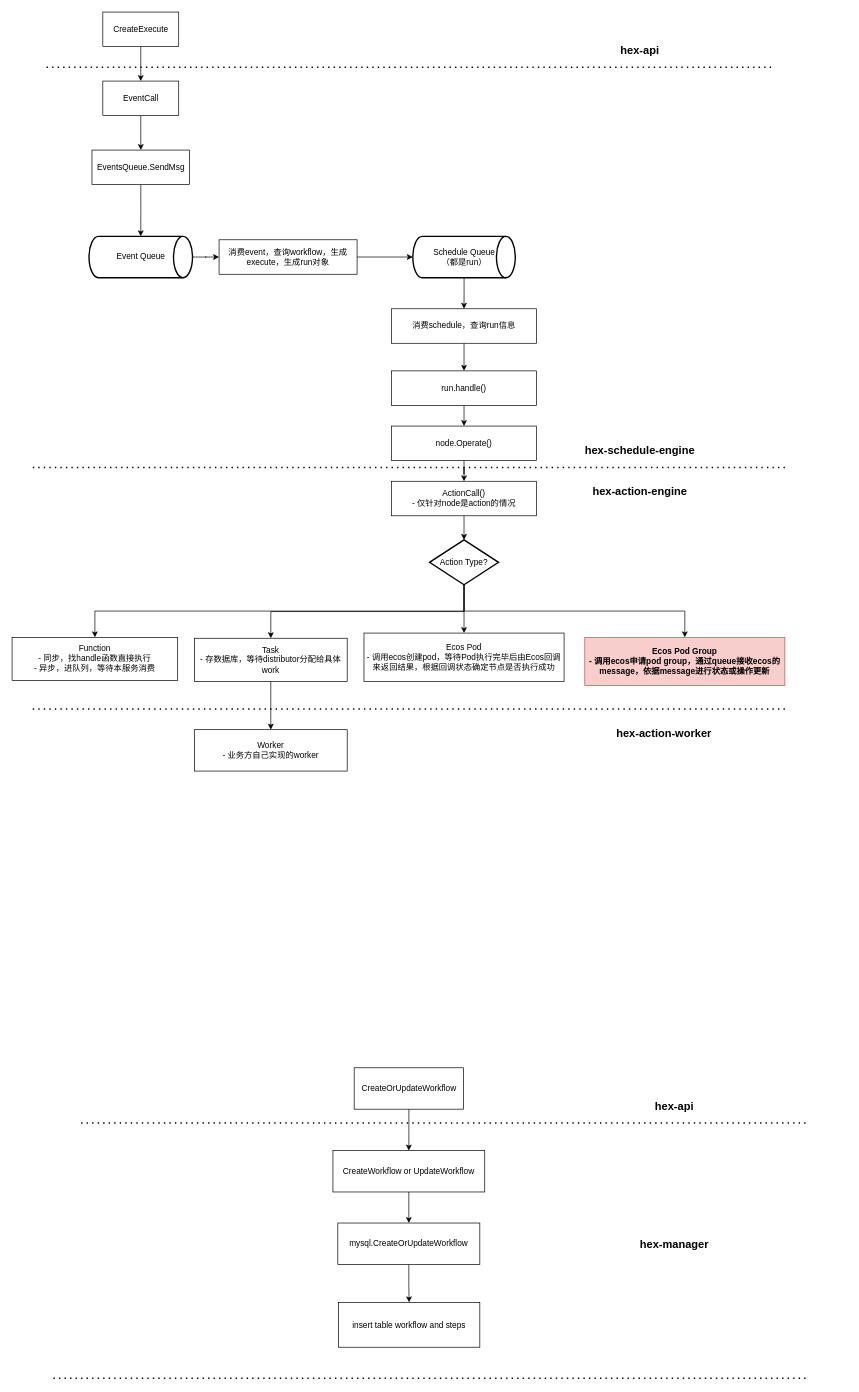
This is page "hex 流程图" (6 of 6) of drawio/TuSimple.drawio from a244591052/Skill-Learning, a draw.io file, before an edit. Source tidied: cells renumbered, new cells numbered last; positions are measured from the earlier drawing's top-left corner, leaving out a move shared by most shapes. Both pictures are drawn from the tidied source at 69%, with x=0, y=0 at pixel (12, 12).
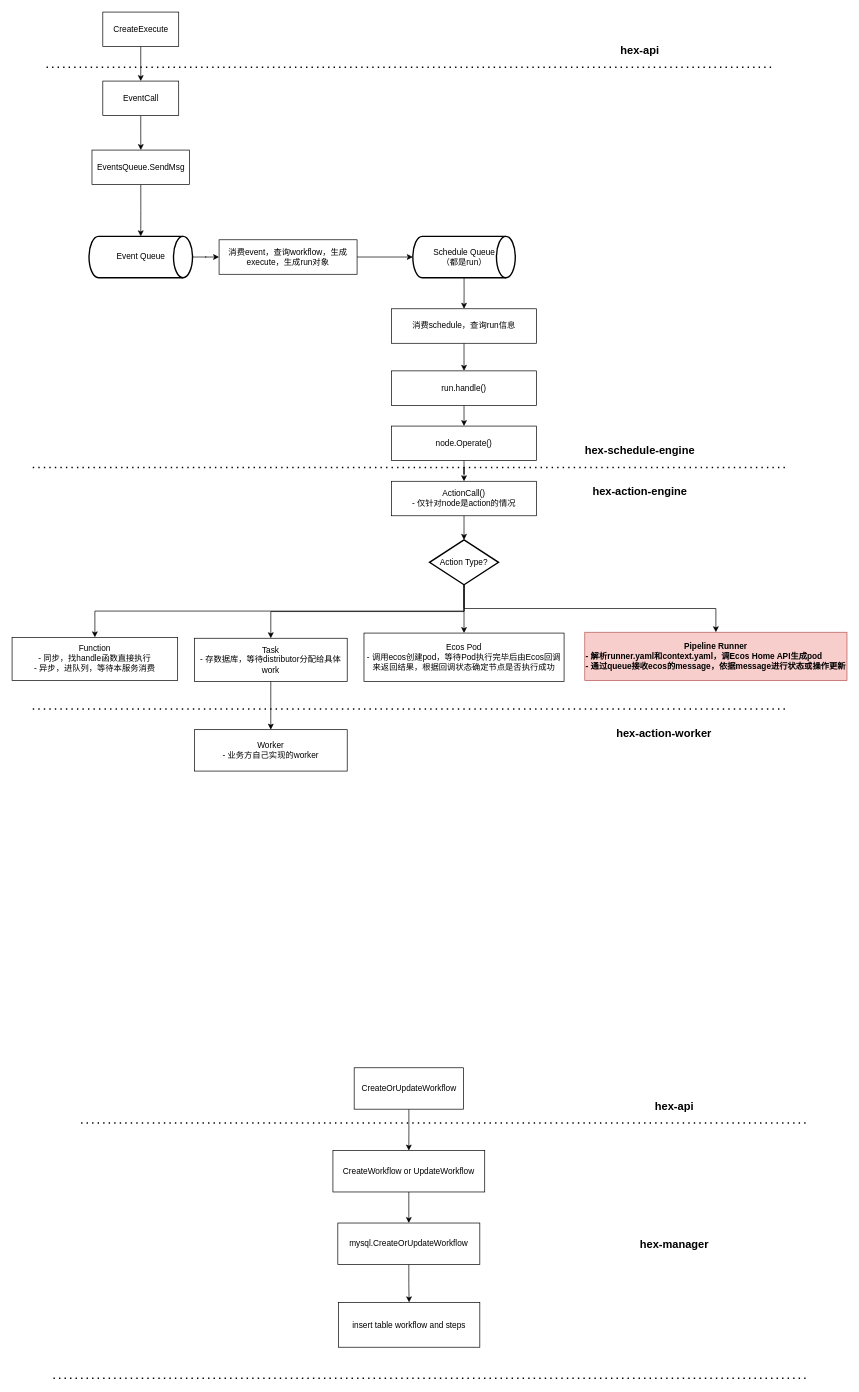
After the change.

The change refers to these unchanged cells:
```xml
<mxCell id="35" value="Action Type?" style="strokeWidth=2;html=1;shape=mxgraph.flowchart.decision;whiteSpace=wrap;" parent="1" vertex="1">
  <mxGeometry x="605" y="765" width="100" height="65" as="geometry" />
</mxCell>
```

Change to the diagram source:
```diff
@@
-    <mxCell id="34" style="edgeStyle=orthogonalEdgeStyle;rounded=0;jettySize=auto;html=1;exitX=0.5;exitY=1;exitDx=0;exitDy=0;exitPerimeter=0;" parent="1" edge="1" source="35" target="36">
+    <mxCell id="34" style="edgeStyle=orthogonalEdgeStyle;rounded=0;jettySize=auto;html=1;exitX=0.5;exitY=1;exitDx=0;exitDy=0;exitPerimeter=0;entryX=0.5;entryY=0;entryDx=0;entryDy=0;" parent="1" edge="1" source="35" target="51">
       <mxGeometry relative="1" as="geometry" />
     </mxCell>
@@
-    <mxCell id="36" value="Ecos Pod Group&lt;br&gt;- 调用ecos申请pod group，通过queue接收ecos的message，依据message进行状态或操作更新" style="html=1;whiteSpace=wrap;fillColor=#f8cecc;strokeColor=#b85450;fontStyle=1;" parent="1" vertex="1">
-      <mxGeometry x="830" y="906.2" width="290" height="70" as="geometry" />
-    </mxCell>
@@
+    <mxCell id="51" value="Pipeline Runner&lt;br&gt;&lt;div style=&quot;text-align: left;&quot;&gt;&lt;span style=&quot;background-color: initial;&quot;&gt;- 解析runner.yaml和context.yaml，调Ecos Home API生成pod&lt;/span&gt;&lt;/div&gt;&lt;div style=&quot;text-align: left;&quot;&gt;&lt;span style=&quot;background-color: initial;&quot;&gt;- 通过queue接收ecos的message，依据message进行状态或操作更新&lt;/span&gt;&lt;/div&gt;" style="html=1;whiteSpace=wrap;fillColor=#f8cecc;strokeColor=#b85450;fontStyle=1;" parent="1" vertex="1">
+      <mxGeometry x="830" y="898.8" width="380" height="70" as="geometry" />
+    </mxCell>
```
